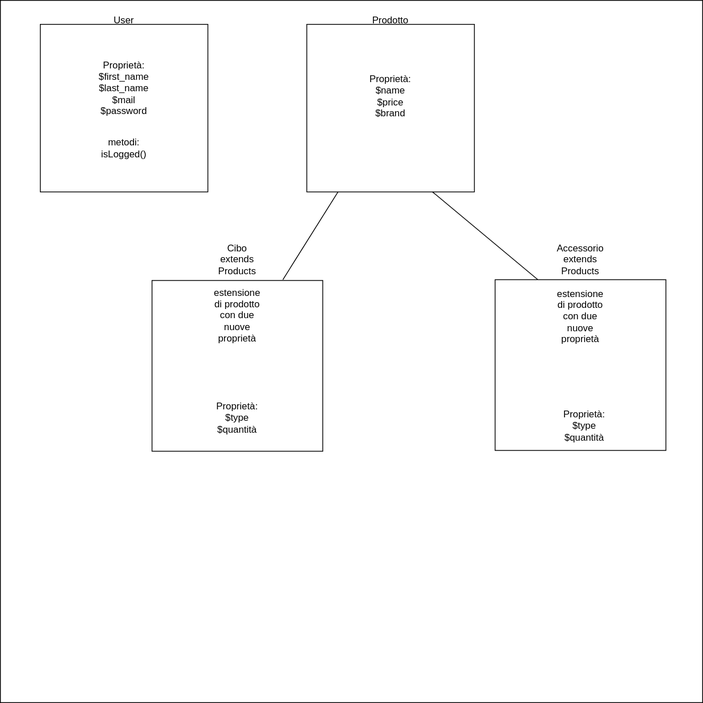
Earlier version of the draw.io export diagramma oop 2.svg (DezVibez/php-oop-2). Source tidied: cells renumbered, new cells last; positions are measured from the earlier drawing's top-left corner, leaving out a move shared by most shapes. Its diagram source:
```xml
<mxGraphModel>
  <root>
    <mxCell id="0" />
    <mxCell id="1" parent="0" />
    <mxCell id="2" style="whiteSpace=wrap;html=1;" parent="1" vertex="1">
      <mxGeometry width="880" height="880" as="geometry" />
    </mxCell>
    <mxCell id="3" style="whiteSpace=wrap;html=1;" parent="1" vertex="1">
      <mxGeometry x="50" y="30" width="210" height="210" as="geometry" />
    </mxCell>
    <mxCell id="4" value="User" style="text;html=1;strokeColor=none;fillColor=none;align=center;verticalAlign=middle;whiteSpace=wrap;rounded=0;" parent="1" vertex="1">
      <mxGeometry x="125" y="10" width="60" height="30" as="geometry" />
    </mxCell>
    <mxCell id="5" value="Proprietà:&lt;br&gt;$first_name&lt;br&gt;$last_name&lt;br&gt;$mail&lt;br&gt;$password&lt;br&gt;" style="text;html=1;strokeColor=none;fillColor=none;align=center;verticalAlign=middle;whiteSpace=wrap;rounded=0;" parent="1" vertex="1">
      <mxGeometry x="90" y="60" width="130" height="100" as="geometry" />
    </mxCell>
    <mxCell id="6" value="metodi:&lt;br&gt;isLogged()" style="text;html=1;strokeColor=none;fillColor=none;align=center;verticalAlign=middle;whiteSpace=wrap;rounded=0;" parent="1" vertex="1">
      <mxGeometry x="125" y="170" width="60" height="30" as="geometry" />
    </mxCell>
    <mxCell id="7" style="whiteSpace=wrap;html=1;" parent="1" vertex="1">
      <mxGeometry x="384" y="30" width="210" height="210" as="geometry" />
    </mxCell>
    <mxCell id="8" value="Prodotto" style="text;html=1;strokeColor=none;fillColor=none;align=center;verticalAlign=middle;whiteSpace=wrap;rounded=0;" parent="1" vertex="1">
      <mxGeometry x="459" y="10" width="60" height="30" as="geometry" />
    </mxCell>
    <mxCell id="9" value="Proprietà:&lt;br&gt;$name&lt;br&gt;$price&lt;br&gt;$brand&lt;br&gt;" style="text;html=1;strokeColor=none;fillColor=none;align=center;verticalAlign=middle;whiteSpace=wrap;rounded=0;" parent="1" vertex="1">
      <mxGeometry x="424" y="70" width="130" height="100" as="geometry" />
    </mxCell>
    <mxCell id="10" style="whiteSpace=wrap;html=1;" parent="1" vertex="1">
      <mxGeometry x="190" y="351" width="214" height="214" as="geometry" />
    </mxCell>
    <mxCell id="11" style="whiteSpace=wrap;html=1;" parent="1" vertex="1">
      <mxGeometry x="620" y="350" width="214" height="214" as="geometry" />
    </mxCell>
    <mxCell id="12" value="estensione di prodotto con due nuove proprietà" style="text;html=1;strokeColor=none;fillColor=none;align=center;verticalAlign=middle;whiteSpace=wrap;rounded=0;" parent="1" vertex="1">
      <mxGeometry x="267" y="350" width="60" height="90" as="geometry" />
    </mxCell>
    <mxCell id="13" value="estensione di prodotto con due nuove proprietà" style="text;html=1;strokeColor=none;fillColor=none;align=center;verticalAlign=middle;whiteSpace=wrap;rounded=0;" parent="1" vertex="1">
      <mxGeometry x="697" y="351" width="60" height="90" as="geometry" />
    </mxCell>
    <mxCell id="14" value="Cibo extends Products" style="text;html=1;strokeColor=none;fillColor=none;align=center;verticalAlign=middle;whiteSpace=wrap;rounded=0;" parent="1" vertex="1">
      <mxGeometry x="267" y="290" width="60" height="70" as="geometry" />
    </mxCell>
    <mxCell id="15" value="Accessorio&lt;br&gt;extends Products" style="text;html=1;strokeColor=none;fillColor=none;align=center;verticalAlign=middle;whiteSpace=wrap;rounded=0;" parent="1" vertex="1">
      <mxGeometry x="697" y="290" width="60" height="70" as="geometry" />
    </mxCell>
    <mxCell id="16" value="Proprietà:&lt;br&gt;$type&lt;br&gt;$quantità&lt;br&gt;&lt;br&gt;" style="text;html=1;strokeColor=none;fillColor=none;align=center;verticalAlign=middle;whiteSpace=wrap;rounded=0;" parent="1" vertex="1">
      <mxGeometry x="232" y="480" width="130" height="100" as="geometry" />
    </mxCell>
    <mxCell id="17" value="Proprietà:&lt;br&gt;$type&lt;br&gt;$quantità&lt;br&gt;&lt;br&gt;" style="text;html=1;strokeColor=none;fillColor=none;align=center;verticalAlign=middle;whiteSpace=wrap;rounded=0;" parent="1" vertex="1">
      <mxGeometry x="667" y="490" width="130" height="100" as="geometry" />
    </mxCell>
    <mxCell id="18" style="endArrow=none;html=1;rounded=0;fontColor=#FF3F0F;" parent="1" edge="1" target="7">
      <mxGeometry relative="1" as="geometry">
        <mxPoint x="354" y="350" as="sourcePoint" />
      </mxGeometry>
    </mxCell>
    <mxCell id="19" style="endArrow=none;html=1;rounded=0;fontColor=#FF3F0F;exitX=0.25;exitY=0;exitDx=0;exitDy=0;entryX=0.75;entryY=1;entryDx=0;entryDy=0;" parent="1" edge="1" source="11" target="7">
      <mxGeometry relative="1" as="geometry" />
    </mxCell>
  </root>
</mxGraphModel>
```
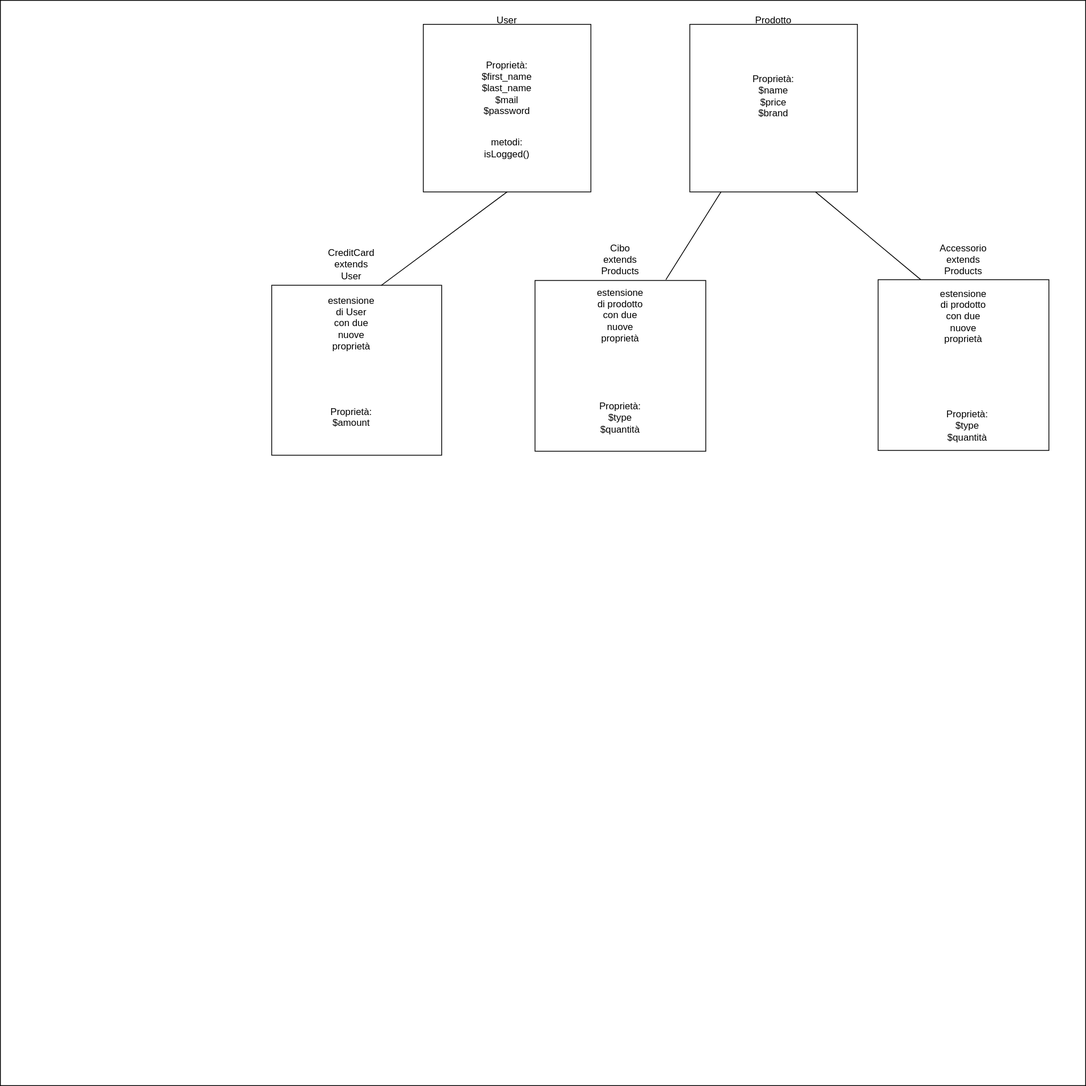
Above is the later version.

Commit message:
considerazioni nei commenti

Change to the diagram source:
```diff
@@ -3,7 +3,7 @@
     <mxCell id="0" />
     <mxCell id="1" parent="0" />
     <mxCell id="2" style="whiteSpace=wrap;html=1;" parent="1" vertex="1">
-      <mxGeometry width="880" height="880" as="geometry" />
+      <mxGeometry x="-480" width="1360" height="1360" as="geometry" />
     </mxCell>
     <mxCell id="3" style="whiteSpace=wrap;html=1;" parent="1" vertex="1">
       <mxGeometry x="50" y="30" width="210" height="210" as="geometry" />
@@ -58,5 +58,20 @@
     <mxCell id="19" style="endArrow=none;html=1;rounded=0;fontColor=#FF3F0F;exitX=0.25;exitY=0;exitDx=0;exitDy=0;entryX=0.75;entryY=1;entryDx=0;entryDy=0;" parent="1" edge="1" source="11" target="7">
       <mxGeometry relative="1" as="geometry" />
     </mxCell>
+    <mxCell id="20" style="whiteSpace=wrap;html=1;fontColor=#FF3F0F;" parent="1" vertex="1">
+      <mxGeometry x="-140" y="357" width="213" height="213" as="geometry" />
+    </mxCell>
+    <mxCell id="21" value="&lt;font color=&quot;#000000&quot;&gt;CreditCard&lt;br&gt;extends&lt;br&gt;User&lt;br&gt;&lt;/font&gt;" style="text;html=1;strokeColor=none;fillColor=none;align=center;verticalAlign=middle;whiteSpace=wrap;rounded=0;fontColor=#FF3F0F;" parent="1" vertex="1">
+      <mxGeometry x="-75" y="310" width="70" height="41" as="geometry" />
+    </mxCell>
+    <mxCell id="22" value="estensione di User con due nuove proprietà" style="text;html=1;strokeColor=none;fillColor=none;align=center;verticalAlign=middle;whiteSpace=wrap;rounded=0;" parent="1" vertex="1">
+      <mxGeometry x="-70" y="360" width="60" height="90" as="geometry" />
+    </mxCell>
+    <mxCell id="23" value="Proprietà:&lt;br&gt;$amount&lt;br&gt;&lt;br&gt;" style="text;html=1;strokeColor=none;fillColor=none;align=center;verticalAlign=middle;whiteSpace=wrap;rounded=0;" parent="1" vertex="1">
+      <mxGeometry x="-105" y="480" width="130" height="100" as="geometry" />
+    </mxCell>
+    <mxCell id="24" style="endArrow=none;html=1;rounded=0;fontColor=#000000;entryX=0.5;entryY=1;entryDx=0;entryDy=0;exitX=0.643;exitY=0.002;exitDx=0;exitDy=0;exitPerimeter=0;" parent="1" edge="1" source="20" target="3">
+      <mxGeometry relative="1" as="geometry" />
+    </mxCell>
   </root>
 </mxGraphModel>
```
